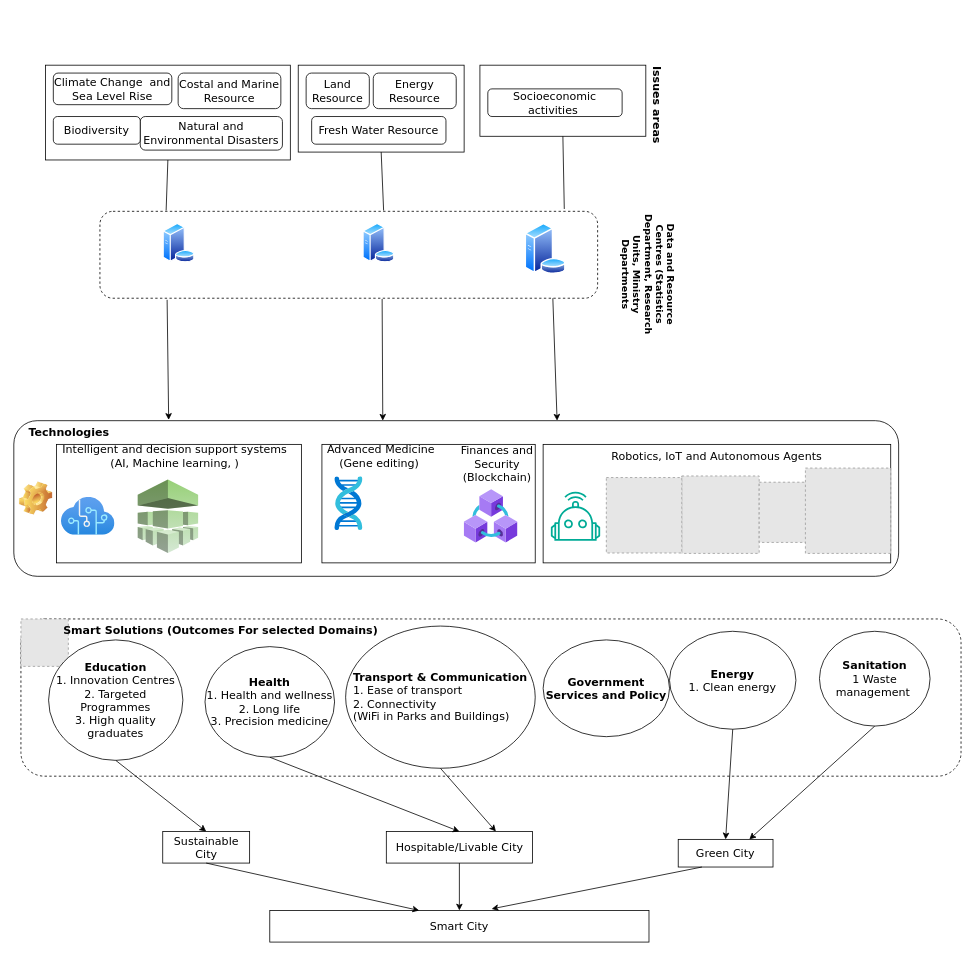
The draw.io diagram page "BarbudaSmart" (2 of 2) of SystemReasoningOverview.drawio in Kibolabs/Diagrams, before the edit. Source tidied: cells renumbered, new cells numbered last; positions are measured from the earlier drawing's top-left corner, leaving out a move shared by most shapes. Both pictures are drawn from the tidied source at 79%, with x=0, y=0 at pixel (13, 65). Pictures stored in the file or linked from it are replaced by grey dashed boxes.
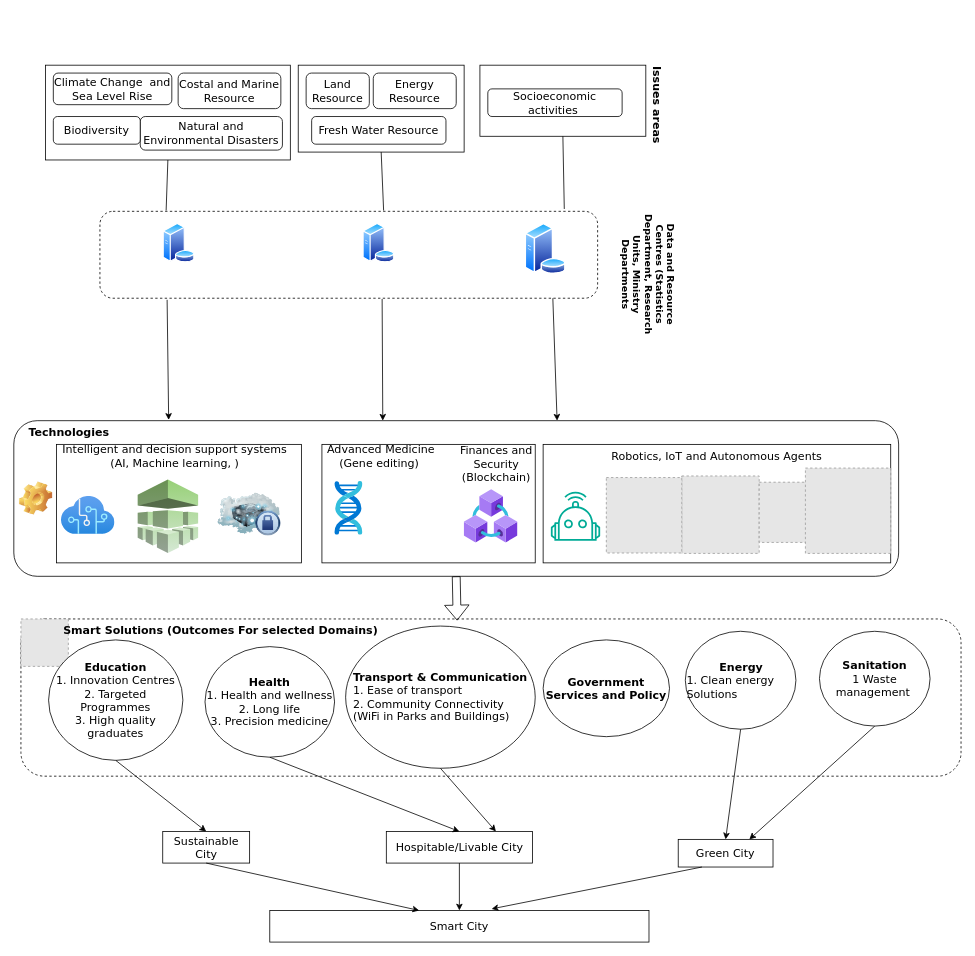
After the change.

The change refers to these unchanged cells:
```xml
<mxCell id="2" style="rounded=1;whiteSpace=wrap;html=1;dashed=1;fontFamily=Verdana;fillColor=none;" parent="1" vertex="1">
  <mxGeometry x="9" y="701" width="1190" height="199" as="geometry" />
</mxCell>
<mxCell id="4" style="label;whiteSpace=wrap;html=1;image=img/clipart/Gear_128x128.png;fontFamily=Verdana;fontSize=14;fillColor=none;" parent="1" vertex="1">
  <mxGeometry y="450" width="1120" height="197" as="geometry" />
</mxCell>
```

Change to the diagram source:
```diff
@@
     <mxCell id="25" style="html=1;align=center;image;fontSize=14;image=img/lib/azure2/ai_machine_learning/Cognitive_Services.svg;fontFamily=Verdana;" parent="1" vertex="1">
-      <mxGeometry x="60" y="547" width="68" height="48" as="geometry" />
+      <mxGeometry x="60" y="545.8" width="68" height="48" as="geometry" />
     </mxCell>
     <mxCell id="26" style="html=1;align=center;image;fontSize=14;image=img/lib/azure2/ai_machine_learning/Genomics.svg;fontFamily=Verdana;" parent="1" vertex="1">
-      <mxGeometry x="406" y="521" width="36" height="68" as="geometry" />
+      <mxGeometry x="406" y="527" width="36" height="68" as="geometry" />
     </mxCell>
@@
     <mxCell id="37" value="Finances and Security (Blockchain)" style="text;html=1;align=center;verticalAlign=middle;whiteSpace=wrap;rounded=0;fontFamily=Verdana;fontSize=14;" parent="1" vertex="1">
-      <mxGeometry x="552" y="490" width="120" height="30" as="geometry" />
+      <mxGeometry x="550" y="490" width="122" height="30" as="geometry" />
     </mxCell>
-    <mxCell id="38" value="&lt;b style=&quot;font-size: 14px;&quot;&gt;Transport &amp;amp; Communication&lt;/b&gt;&lt;br style=&quot;font-size: 14px;&quot;&gt;&lt;div style=&quot;text-align: left;&quot;&gt;1. Ease of transport&amp;nbsp;&lt;/div&gt;&lt;div style=&quot;&quot;&gt;&lt;div style=&quot;text-align: left;&quot;&gt;2. Connectivity&amp;nbsp;&lt;/div&gt;&lt;div style=&quot;text-align: left;&quot;&gt;(WiFi in Parks and Buildings)&lt;/div&gt;&lt;/div&gt;" style="ellipse;whiteSpace=wrap;html=1;fontFamily=Verdana;fontSize=14;" parent="1" vertex="1">
+    <mxCell id="38" value="&lt;b style=&quot;font-size: 14px;&quot;&gt;Transport &amp;amp; Communication&lt;/b&gt;&lt;br style=&quot;font-size: 14px;&quot;&gt;&lt;div style=&quot;text-align: left;&quot;&gt;1. Ease of transport&amp;nbsp;&lt;/div&gt;&lt;div style=&quot;&quot;&gt;&lt;div style=&quot;text-align: left;&quot;&gt;2. Community Connectivity&amp;nbsp;&lt;/div&gt;&lt;div style=&quot;text-align: left;&quot;&gt;(WiFi in Parks and Buildings)&lt;/div&gt;&lt;/div&gt;" style="ellipse;whiteSpace=wrap;html=1;fontFamily=Verdana;fontSize=14;" parent="1" vertex="1">
       <mxGeometry x="420" y="710" width="240" height="180" as="geometry" />
     </mxCell>
@@
-    <mxCell id="52" value="&lt;span style=&quot;font-size: 14px;&quot;&gt;&lt;b&gt;Energy&lt;/b&gt;&lt;br&gt;&lt;div style=&quot;text-align: justify;&quot;&gt;1. Clean energy&lt;/div&gt;&lt;/span&gt;" style="ellipse;whiteSpace=wrap;html=1;fontFamily=Verdana;fontSize=14;" parent="1" vertex="1">
-      <mxGeometry x="830" y="716.6" width="160" height="124" as="geometry" />
+    <mxCell id="52" value="&lt;div style=&quot;text-align: center;&quot;&gt;&lt;b&gt;Energy&lt;/b&gt;&lt;/div&gt;&lt;span style=&quot;font-size: 14px;&quot;&gt;&lt;div style=&quot;&quot;&gt;1. Clean energy Solutions&lt;/div&gt;&lt;/span&gt;" style="ellipse;whiteSpace=wrap;html=1;fontFamily=Verdana;fontSize=14;align=left;" parent="1" vertex="1">
+      <mxGeometry x="850" y="716.6" width="140" height="124" as="geometry" />
     </mxCell>
@@
+    <mxCell id="64" style="shape=flexArrow;endArrow=classic;html=1;rounded=0;fontFamily=Verdana;exitX=0.5;exitY=1;exitDx=0;exitDy=0;entryX=0.464;entryY=0.01;entryDx=0;entryDy=0;entryPerimeter=0;" parent="1" edge="1" source="4" target="2">
+      <mxGeometry relative="1" as="geometry" />
+    </mxCell>
+    <mxCell id="65" style="image;html=1;image=img/lib/clip_art/networking/Cloud_Server_Private_128x128.png;dashed=1;fontFamily=Verdana;fillColor=none;" parent="1" vertex="1">
+      <mxGeometry x="258" y="529" width="80" height="80" as="geometry" />
+    </mxCell>
```
